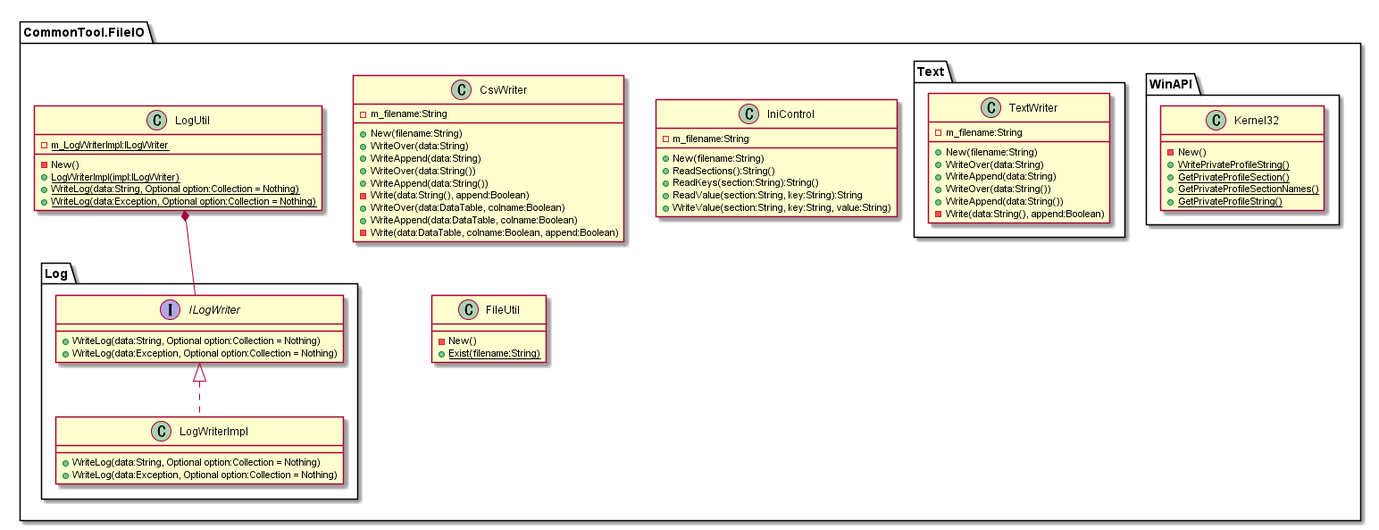
This is doc/03_SubSystem別/CommonTool.FileIO/03_内部設計/クラス図.png from hirorich/CommonTool, a PlantUML export, as it was before one commit.
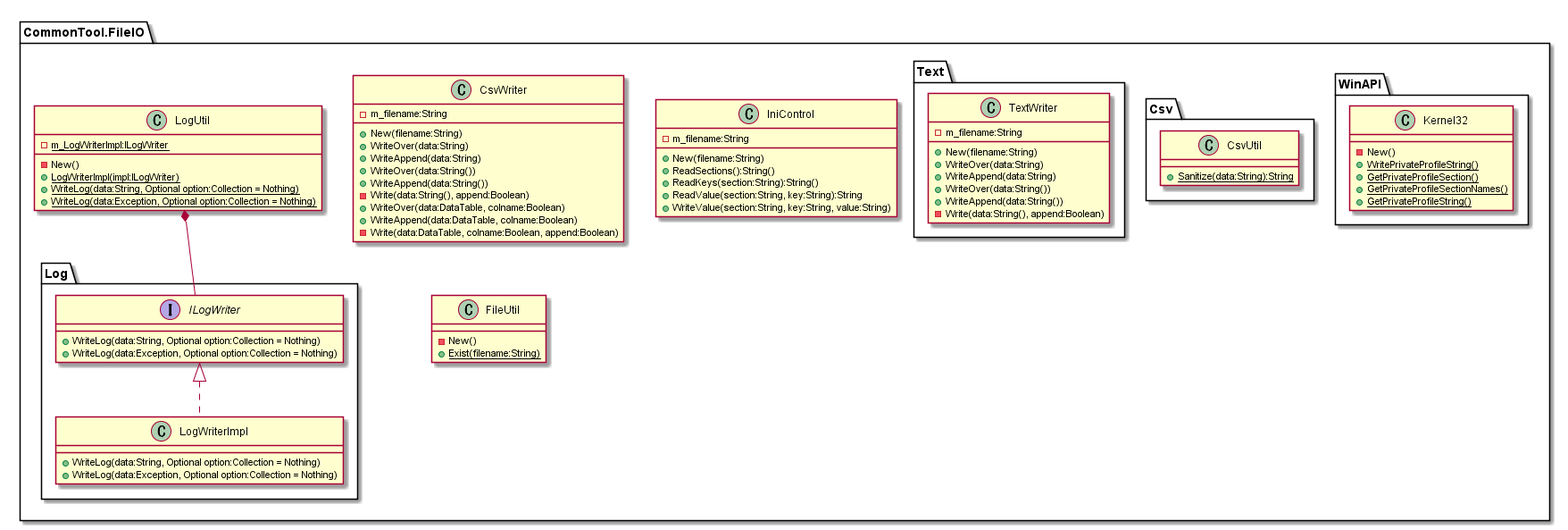
After the change.

Commit message:
CSVのサニタイズを定義

Diff of the diagram source:
```diff
@@ -49,6 +49,12 @@
         }
     }
 
+    package Csv {
+        class CsvUtil {
+          + {static}Sanitize(data:String):String
+        }
+    }
+
     package Log {
         interface ILogWriter {
           + WriteLog(data:String, Optional option:Collection = Nothing)
```
